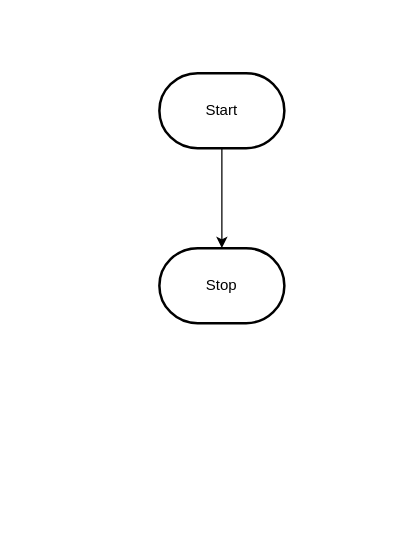
This is design/flowchart.drawio from MTHS-ICS2O-2-2022/ICS2O-Unit-5-01-Mohamad-Tanbari, a draw.io file, before an edit. Source tidied: cells renumbered, new cells numbered last; positions are measured from the earlier drawing's top-left corner, leaving out a move shared by most shapes. Both pictures are drawn from the tidied source at 125%, with x=0, y=0 at pixel (159, 72).
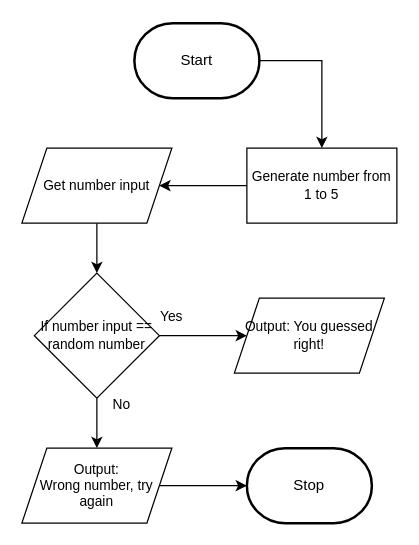
After the change.

What changed in the source:
```diff
@@
 <mxGraphModel>
   <root>
     <mxCell id="0" />
     <mxCell id="1" parent="0" />
-    <mxCell id="2" style="edgeStyle=orthogonalEdgeStyle;html=1;rounded=0;" parent="1" edge="1" source="3" target="4">
-      <mxGeometry relative="1" as="geometry" />
-    </mxCell>
+    <mxCell id="5" style="edgeStyle=orthogonalEdgeStyle;shape=connector;rounded=0;html=1;labelBackgroundColor=default;strokeColor=default;fontFamily=Helvetica;fontSize=11;fontColor=default;endArrow=classic;exitX=1;exitY=0.5;exitDx=0;exitDy=0;exitPerimeter=0;" parent="1" edge="1" source="3" target="2">
+      <mxGeometry relative="1" as="geometry" />
+    </mxCell>
     <mxCell id="3" value="Start" style="strokeWidth=2;html=1;shape=mxgraph.flowchart.terminator;whiteSpace=wrap;" parent="1" vertex="1">
-      <mxGeometry width="100" height="60" as="geometry" />
+      <mxGeometry x="-20" y="-40" width="100" height="60" as="geometry" />
     </mxCell>
     <mxCell id="4" value="Stop" style="strokeWidth=2;html=1;shape=mxgraph.flowchart.terminator;whiteSpace=wrap;" parent="1" vertex="1">
-      <mxGeometry y="140" width="100" height="60" as="geometry" />
+      <mxGeometry x="70" y="300" width="100" height="60" as="geometry" />
     </mxCell>
+    <mxCell id="6" style="edgeStyle=orthogonalEdgeStyle;shape=connector;rounded=0;html=1;labelBackgroundColor=default;strokeColor=default;fontFamily=Helvetica;fontSize=11;fontColor=default;endArrow=classic;" parent="1" edge="1" source="2" target="8">
+      <mxGeometry relative="1" as="geometry" />
+    </mxCell>
+    <mxCell id="2" value="Generate number from 1 to 5" style="rounded=0;whiteSpace=wrap;html=1;fontFamily=Helvetica;fontSize=11;fontColor=default;" parent="1" vertex="1">
+      <mxGeometry x="70" y="60" width="120" height="60" as="geometry" />
+    </mxCell>
+    <mxCell id="7" style="edgeStyle=orthogonalEdgeStyle;shape=connector;rounded=0;html=1;labelBackgroundColor=default;strokeColor=default;fontFamily=Helvetica;fontSize=11;fontColor=default;endArrow=classic;entryX=0.5;entryY=0;entryDx=0;entryDy=0;" parent="1" edge="1" source="8" target="11">
+      <mxGeometry relative="1" as="geometry" />
+    </mxCell>
+    <mxCell id="8" value="Get number input" style="shape=parallelogram;perimeter=parallelogramPerimeter;whiteSpace=wrap;html=1;fixedSize=1;fontFamily=Helvetica;fontSize=11;fontColor=default;" parent="1" vertex="1">
+      <mxGeometry x="-110" y="60" width="120" height="60" as="geometry" />
+    </mxCell>
+    <mxCell id="9" style="edgeStyle=orthogonalEdgeStyle;shape=connector;rounded=0;html=1;labelBackgroundColor=default;strokeColor=default;fontFamily=Helvetica;fontSize=11;fontColor=default;endArrow=classic;" parent="1" edge="1" source="11" target="16">
+      <mxGeometry relative="1" as="geometry" />
+    </mxCell>
+    <mxCell id="10" style="edgeStyle=orthogonalEdgeStyle;shape=connector;rounded=0;html=1;labelBackgroundColor=default;strokeColor=default;fontFamily=Helvetica;fontSize=11;fontColor=default;endArrow=classic;entryX=0.5;entryY=0;entryDx=0;entryDy=0;" parent="1" edge="1" source="11" target="13">
+      <mxGeometry relative="1" as="geometry" />
+    </mxCell>
+    <mxCell id="11" value="If number input == random number" style="rhombus;whiteSpace=wrap;html=1;fontFamily=Helvetica;fontSize=11;fontColor=default;" parent="1" vertex="1">
+      <mxGeometry x="-100" y="160" width="100" height="100" as="geometry" />
+    </mxCell>
+    <mxCell id="12" style="edgeStyle=orthogonalEdgeStyle;shape=connector;rounded=0;html=1;labelBackgroundColor=default;strokeColor=default;fontFamily=Helvetica;fontSize=11;fontColor=default;endArrow=classic;entryX=0;entryY=0.5;entryDx=0;entryDy=0;entryPerimeter=0;" parent="1" edge="1" source="13" target="4">
+      <mxGeometry relative="1" as="geometry" />
+    </mxCell>
+    <mxCell id="13" value="Output:&lt;br&gt;Wrong number, try again" style="shape=parallelogram;perimeter=parallelogramPerimeter;whiteSpace=wrap;html=1;fixedSize=1;fontFamily=Helvetica;fontSize=11;fontColor=default;" parent="1" vertex="1">
+      <mxGeometry x="-110" y="300" width="120" height="60" as="geometry" />
+    </mxCell>
+    <mxCell id="14" value="No" style="text;html=1;strokeColor=none;fillColor=none;align=center;verticalAlign=middle;whiteSpace=wrap;rounded=0;fontFamily=Helvetica;fontSize=11;fontColor=default;" parent="1" vertex="1">
+      <mxGeometry x="-60" y="250" width="60" height="30" as="geometry" />
+    </mxCell>
+    <mxCell id="15" value="Yes" style="text;html=1;strokeColor=none;fillColor=none;align=center;verticalAlign=middle;whiteSpace=wrap;rounded=0;fontFamily=Helvetica;fontSize=11;fontColor=default;" parent="1" vertex="1">
+      <mxGeometry x="-20" y="180" width="60" height="30" as="geometry" />
+    </mxCell>
+    <mxCell id="16" value="Output: You guessed right!" style="shape=parallelogram;perimeter=parallelogramPerimeter;whiteSpace=wrap;html=1;fixedSize=1;fontFamily=Helvetica;fontSize=11;fontColor=default;" parent="1" vertex="1">
+      <mxGeometry x="60" y="180" width="120" height="60" as="geometry" />
+    </mxCell>
   </root>
 </mxGraphModel>
```
